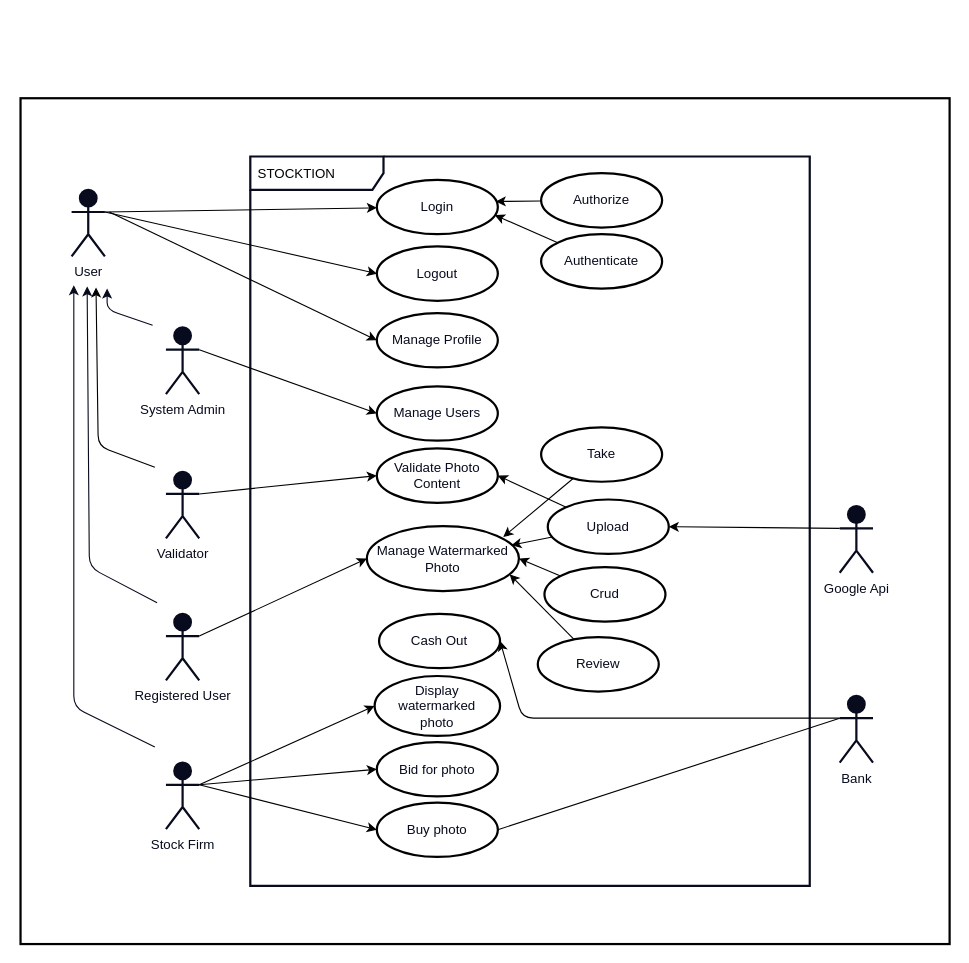
staucktion/docs keeps this draw.io diagram as diagrams/use-case-diagram/use-case-diagram.drawio. Above is the earlier version. Source tidied: cells renumbered, new cells numbered last; positions are measured from the earlier drawing's top-left corner, leaving out a move shared by most shapes. Both pictures are drawn from the tidied source at 111%, with x=0, y=0 at pixel (20, 98).
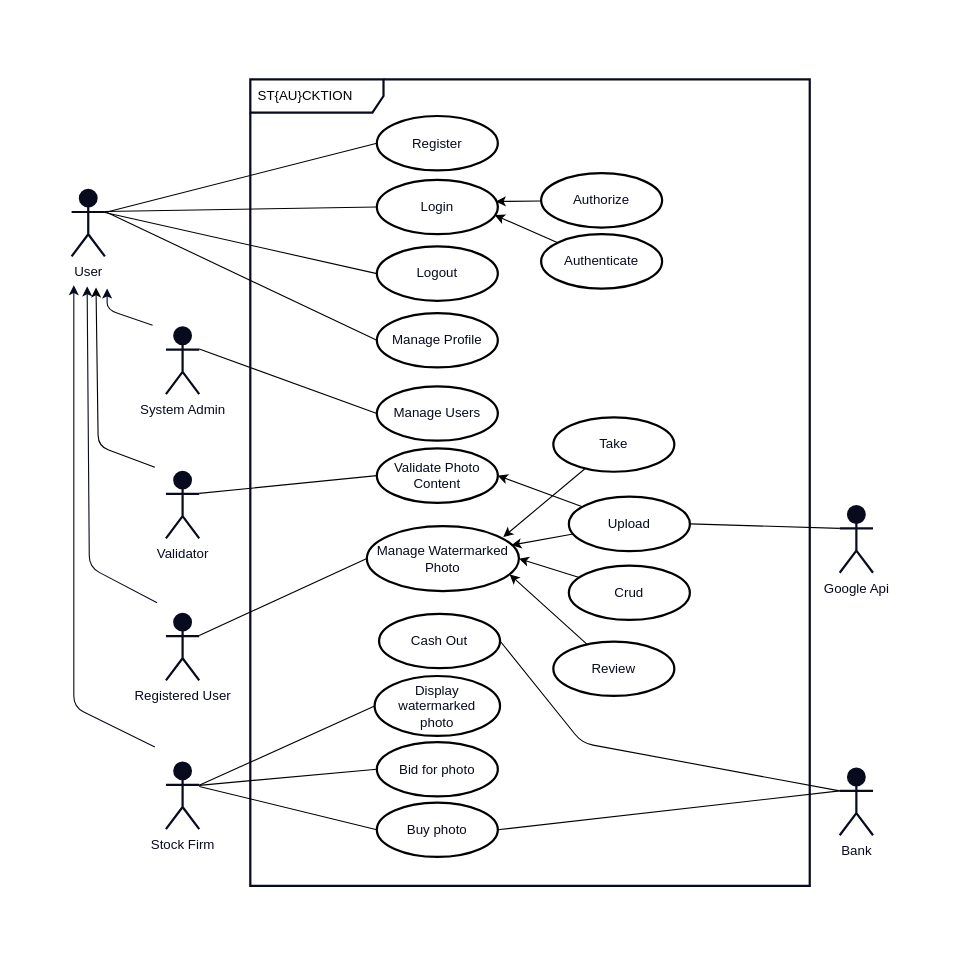
After the change.

Commit message (it also covers changes not shown here):
update use case diagram

Unchanged cells that the change refers to:
```xml
<mxCell id="5" value="&lt;font color=&quot;#070b1d&quot;&gt;Registered User&lt;br&gt;&lt;/font&gt;" style="shape=umlActor;verticalLabelPosition=bottom;verticalAlign=top;html=1;strokeColor=#070B1D;strokeWidth=2;fillColor=#070B1D;gradientColor=none;" parent="1" vertex="1">
  <mxGeometry x="131" y="464.5" width="30" height="60" as="geometry" />
</mxCell>
<mxCell id="9" value="&lt;font color=&quot;#070b1d&quot;&gt;User&lt;br&gt;&lt;/font&gt;" style="shape=umlActor;verticalLabelPosition=bottom;verticalAlign=top;html=1;strokeColor=#070B1D;strokeWidth=2;fillColor=#070B1D;gradientColor=none;" parent="1" vertex="1">
  <mxGeometry x="46" y="82.5" width="30" height="60" as="geometry" />
</mxCell>
<mxCell id="10" value="Manage Users" style="ellipse;whiteSpace=wrap;html=1;strokeColor=#000000;strokeWidth=2;fontColor=#070B1D;fillColor=none;gradientColor=none;" parent="1" vertex="1">
  <mxGeometry x="321" y="259.5" width="109" height="49" as="geometry" />
</mxCell>
<mxCell id="11" value="Manage Profile" style="ellipse;whiteSpace=wrap;html=1;strokeColor=#000000;strokeWidth=2;fontColor=#070B1D;fillColor=none;gradientColor=none;" parent="1" vertex="1">
  <mxGeometry x="321" y="193.5" width="109" height="49" as="geometry" />
</mxCell>
<mxCell id="12" value="Cash Out" style="ellipse;whiteSpace=wrap;html=1;strokeColor=#000000;strokeWidth=2;fontColor=#070B1D;fillColor=none;gradientColor=none;" parent="1" vertex="1">
  <mxGeometry x="323" y="464.5" width="109" height="49" as="geometry" />
</mxCell>
<mxCell id="18" value="Login" style="ellipse;whiteSpace=wrap;html=1;strokeColor=#000000;strokeWidth=2;fontColor=#070B1D;fillColor=none;gradientColor=none;" parent="1" vertex="1">
  <mxGeometry x="321" y="73.5" width="109" height="49" as="geometry" />
</mxCell>
<mxCell id="19" value="Logout" style="ellipse;whiteSpace=wrap;html=1;strokeColor=#000000;strokeWidth=2;fontColor=#070B1D;fillColor=none;gradientColor=none;" parent="1" vertex="1">
  <mxGeometry x="321" y="133.5" width="109" height="49" as="geometry" />
</mxCell>
<mxCell id="20" value="Bid for photo" style="ellipse;whiteSpace=wrap;html=1;strokeColor=#000000;strokeWidth=2;fontColor=#070B1D;fillColor=none;gradientColor=none;" parent="1" vertex="1">
  <mxGeometry x="321" y="580" width="109" height="49" as="geometry" />
</mxCell>
<mxCell id="24" value="&lt;font color=&quot;#070b1d&quot;&gt;Google Api&lt;br&gt;&lt;/font&gt;" style="shape=umlActor;verticalLabelPosition=bottom;verticalAlign=top;html=1;strokeColor=#070B1D;strokeWidth=2;fillColor=#070B1D;gradientColor=none;" parent="1" vertex="1">
  <mxGeometry x="738" y="367.5" width="30" height="60" as="geometry" />
</mxCell>
<mxCell id="28" value="&lt;font color=&quot;#070b1d&quot;&gt;Stock Firm&lt;br&gt;&lt;/font&gt;" style="shape=umlActor;verticalLabelPosition=bottom;verticalAlign=top;html=1;strokeColor=#070B1D;strokeWidth=2;fillColor=#070B1D;gradientColor=none;" parent="1" vertex="1">
  <mxGeometry x="131" y="598.5" width="30" height="60" as="geometry" />
</mxCell>
<mxCell id="30" value="&lt;font color=&quot;#070b1d&quot;&gt;System Admin&lt;br&gt;&lt;/font&gt;" style="shape=umlActor;verticalLabelPosition=bottom;verticalAlign=top;html=1;strokeColor=#070B1D;strokeWidth=2;fillColor=#070B1D;gradientColor=none;" parent="1" vertex="1">
  <mxGeometry x="131" y="206.5" width="30" height="60" as="geometry" />
</mxCell>
<mxCell id="33" value="Buy photo" style="ellipse;whiteSpace=wrap;html=1;strokeColor=#000000;strokeWidth=2;fontColor=#070B1D;fillColor=none;gradientColor=none;" parent="1" vertex="1">
  <mxGeometry x="321" y="634.5" width="109" height="49" as="geometry" />
</mxCell>
<mxCell id="34" value="Display watermarked&lt;br&gt;photo" style="ellipse;whiteSpace=wrap;html=1;strokeColor=#000000;strokeWidth=2;fontColor=#070B1D;fillColor=none;gradientColor=none;" parent="1" vertex="1">
  <mxGeometry x="319" y="520.5" width="113" height="54" as="geometry" />
</mxCell>
<mxCell id="37" value="Manage Watermarked Photo" style="ellipse;whiteSpace=wrap;html=1;strokeColor=#000000;strokeWidth=2;fontColor=#070B1D;fillColor=none;gradientColor=none;" parent="1" vertex="1">
  <mxGeometry x="312" y="385.5" width="137" height="58.5" as="geometry" />
</mxCell>
<mxCell id="44" value="Validate Photo&lt;br&gt;Content" style="ellipse;whiteSpace=wrap;html=1;strokeColor=#000000;strokeWidth=2;fontColor=#070B1D;fillColor=none;gradientColor=none;" parent="1" vertex="1">
  <mxGeometry x="321" y="315.5" width="109" height="49" as="geometry" />
</mxCell>
<mxCell id="47" value="&lt;font color=&quot;#070b1d&quot;&gt;Validator&lt;br&gt;&lt;/font&gt;" style="shape=umlActor;verticalLabelPosition=bottom;verticalAlign=top;html=1;strokeColor=#070B1D;strokeWidth=2;fillColor=#070B1D;gradientColor=none;" parent="1" vertex="1">
  <mxGeometry x="131" y="336.5" width="30" height="60" as="geometry" />
</mxCell>
```

Change to the diagram source:
```diff
@@
+    <mxCell id="49" style="rounded=0;whiteSpace=wrap;html=1;strokeColor=#FFFFFF;strokeWidth=2;fontColor=#070B1D;fillColor=none;gradientColor=none;" parent="1" vertex="1">
+      <mxGeometry y="-70" width="837" height="832" as="geometry" />
+    </mxCell>
-    <mxCell id="2" value="STOCKTION" style="shape=umlFrame;whiteSpace=wrap;html=1;width=120;height=30;boundedLbl=1;verticalAlign=middle;align=left;spacingLeft=5;strokeWidth=2;swimlaneFillColor=none;perimeterSpacing=1;strokeColor=#070B1D;" parent="1" vertex="1">
-      <mxGeometry x="207" y="52.5" width="504" height="657" as="geometry" />
+    <mxCell id="2" value="ST{AU}CKTION" style="shape=umlFrame;whiteSpace=wrap;html=1;width=120;height=30;boundedLbl=1;verticalAlign=middle;align=left;spacingLeft=5;strokeWidth=2;swimlaneFillColor=none;perimeterSpacing=1;strokeColor=#070B1D;" parent="1" vertex="1">
+      <mxGeometry x="207" y="-17" width="504" height="726.5" as="geometry" />
     </mxCell>
@@
-    <mxCell id="4" style="edgeStyle=none;rounded=1;html=1;exitX=1;exitY=0.3333333333333333;exitDx=0;exitDy=0;exitPerimeter=0;entryX=0;entryY=0.5;entryDx=0;entryDy=0;strokeColor=#000000;fontColor=#070B1D;" parent="1" edge="1" source="5" target="37">
-      <mxGeometry relative="1" as="geometry" />
-    </mxCell>
@@
-    <mxCell id="6" style="edgeStyle=none;rounded=1;html=1;entryX=0;entryY=0.5;entryDx=0;entryDy=0;strokeColor=#000000;fontColor=#070B1D;" parent="1" edge="1" target="11">
-      <mxGeometry relative="1" as="geometry">
-        <mxPoint x="80" y="102.5" as="sourcePoint" />
-      </mxGeometry>
-    </mxCell>
-    <mxCell id="7" style="edgeStyle=none;rounded=1;html=1;strokeColor=#000000;fontColor=#070B1D;exitX=1;exitY=0.3333333333333333;exitDx=0;exitDy=0;exitPerimeter=0;" parent="1" edge="1" source="9" target="18">
-      <mxGeometry relative="1" as="geometry" />
-    </mxCell>
-    <mxCell id="8" style="edgeStyle=none;rounded=1;html=1;exitX=1;exitY=0.3333333333333333;exitDx=0;exitDy=0;exitPerimeter=0;entryX=0;entryY=0.5;entryDx=0;entryDy=0;strokeColor=#000000;fontColor=#070B1D;" parent="1" edge="1" source="9" target="19">
-      <mxGeometry relative="1" as="geometry" />
-    </mxCell>
@@
     <mxCell id="14" value="Take" style="ellipse;whiteSpace=wrap;html=1;strokeColor=#000000;strokeWidth=2;fontColor=#070B1D;fillColor=none;gradientColor=none;" parent="1" vertex="1">
-      <mxGeometry x="469" y="296.5" width="109" height="49" as="geometry" />
+      <mxGeometry x="480" y="287.5" width="109" height="49" as="geometry" />
     </mxCell>
@@
     <mxCell id="17" value="Upload" style="ellipse;whiteSpace=wrap;html=1;strokeColor=#000000;strokeWidth=2;fontColor=#070B1D;fillColor=none;gradientColor=none;" parent="1" vertex="1">
-      <mxGeometry x="475" y="361.5" width="109" height="49" as="geometry" />
+      <mxGeometry x="494" y="359" width="109" height="49" as="geometry" />
     </mxCell>
@@
-    <mxCell id="21" style="edgeStyle=none;rounded=1;html=1;exitX=0;exitY=0.3333333333333333;exitDx=0;exitDy=0;exitPerimeter=0;entryX=1;entryY=0.5;entryDx=0;entryDy=0;strokeColor=#000000;fontColor=#070B1D;" parent="1" edge="1" source="22" target="12">
-      <mxGeometry relative="1" as="geometry">
-        <Array as="points">
-          <mxPoint x="452" y="558.5" />
-        </Array>
-      </mxGeometry>
-    </mxCell>
     <mxCell id="22" value="&lt;font color=&quot;#070b1d&quot;&gt;Bank&lt;br&gt;&lt;/font&gt;" style="shape=umlActor;verticalLabelPosition=bottom;verticalAlign=top;html=1;strokeColor=#070B1D;strokeWidth=2;fillColor=#070B1D;gradientColor=none;" parent="1" vertex="1">
-      <mxGeometry x="738" y="538.5" width="30" height="60" as="geometry" />
+      <mxGeometry x="738" y="604" width="30" height="60" as="geometry" />
     </mxCell>
-    <mxCell id="23" style="edgeStyle=none;rounded=1;html=1;exitX=0;exitY=0.3333333333333333;exitDx=0;exitDy=0;exitPerimeter=0;entryX=1;entryY=0.5;entryDx=0;entryDy=0;strokeColor=#000000;fontColor=#070B1D;" parent="1" edge="1" source="24" target="17">
-      <mxGeometry relative="1" as="geometry" />
-    </mxCell>
@@
-    <mxCell id="25" style="edgeStyle=none;rounded=1;html=1;exitX=1;exitY=0.3333333333333333;exitDx=0;exitDy=0;exitPerimeter=0;entryX=0;entryY=0.5;entryDx=0;entryDy=0;strokeColor=#000000;fontColor=#070B1D;" parent="1" edge="1" source="28" target="20">
-      <mxGeometry relative="1" as="geometry" />
-    </mxCell>
-    <mxCell id="26" style="edgeStyle=none;rounded=1;html=1;exitX=1;exitY=0.3333333333333333;exitDx=0;exitDy=0;exitPerimeter=0;entryX=0;entryY=0.5;entryDx=0;entryDy=0;strokeColor=#000000;fontColor=#070B1D;" parent="1" edge="1" source="28" target="33">
-      <mxGeometry relative="1" as="geometry" />
-    </mxCell>
-    <mxCell id="27" style="edgeStyle=none;rounded=1;html=1;exitX=1;exitY=0.3333333333333333;exitDx=0;exitDy=0;exitPerimeter=0;entryX=0;entryY=0.5;entryDx=0;entryDy=0;strokeColor=#000000;fontColor=#070B1D;" parent="1" edge="1" source="28" target="34">
-      <mxGeometry relative="1" as="geometry" />
-    </mxCell>
@@
-    <mxCell id="29" style="edgeStyle=none;rounded=1;html=1;exitX=1;exitY=0.3333333333333333;exitDx=0;exitDy=0;exitPerimeter=0;entryX=0;entryY=0.5;entryDx=0;entryDy=0;strokeColor=#000000;fontColor=#070B1D;" parent="1" edge="1" source="30" target="10">
-      <mxGeometry relative="1" as="geometry" />
-    </mxCell>
@@
     <mxCell id="36" value="Review" style="ellipse;whiteSpace=wrap;html=1;strokeColor=#000000;strokeWidth=2;fontColor=#070B1D;fillColor=none;gradientColor=none;" parent="1" vertex="1">
-      <mxGeometry x="466" y="485.5" width="109" height="49" as="geometry" />
+      <mxGeometry x="480" y="489.5" width="109" height="49" as="geometry" />
     </mxCell>
@@
     <mxCell id="39" value="Crud" style="ellipse;whiteSpace=wrap;html=1;strokeColor=#000000;strokeWidth=2;fontColor=#070B1D;fillColor=none;gradientColor=none;" parent="1" vertex="1">
-      <mxGeometry x="472" y="422.5" width="109" height="49" as="geometry" />
+      <mxGeometry x="494" y="421" width="109" height="49" as="geometry" />
     </mxCell>
@@
-    <mxCell id="46" style="edgeStyle=none;rounded=1;html=1;entryX=0;entryY=0.5;entryDx=0;entryDy=0;strokeColor=#000000;fontColor=#070B1D;exitX=1;exitY=0.3333333333333333;exitDx=0;exitDy=0;exitPerimeter=0;" parent="1" edge="1" source="47" target="44">
-      <mxGeometry relative="1" as="geometry" />
-    </mxCell>
@@
-    <mxCell id="49" style="rounded=0;whiteSpace=wrap;html=1;strokeColor=#000000;strokeWidth=2;fontColor=#070B1D;fillColor=none;gradientColor=none;" parent="1" vertex="1">
-      <mxGeometry width="837" height="762" as="geometry" />
-    </mxCell>
+    <mxCell id="23" style="endArrow=none;html=1;strokeColor=#000000;entryX=1;entryY=0.5;entryDx=0;entryDy=0;exitX=0;exitY=0.3333333333333333;exitDx=0;exitDy=0;exitPerimeter=0;" parent="1" edge="1" source="24" target="17">
+      <mxGeometry relative="1" as="geometry" />
+    </mxCell>
+    <mxCell id="21" style="endArrow=none;html=1;strokeColor=#000000;entryX=1;entryY=0.5;entryDx=0;entryDy=0;exitX=0;exitY=0.3333333333333333;exitDx=0;exitDy=0;exitPerimeter=0;" parent="1" edge="1" source="22" target="12">
+      <mxGeometry relative="1" as="geometry">
+        <Array as="points">
+          <mxPoint x="506" y="581" />
+        </Array>
+      </mxGeometry>
+    </mxCell>
+    <mxCell id="50" style="endArrow=none;html=1;strokeColor=#000000;entryX=1;entryY=0.5;entryDx=0;entryDy=0;exitX=0;exitY=0.5;exitDx=0;exitDy=0;" parent="1" edge="1" source="18">
+      <mxGeometry relative="1" as="geometry">
+        <mxPoint x="76" y="102" as="targetPoint" />
+      </mxGeometry>
+    </mxCell>
+    <mxCell id="51" style="endArrow=none;html=1;strokeColor=#000000;entryX=1;entryY=0.5;entryDx=0;entryDy=0;exitX=0;exitY=0.5;exitDx=0;exitDy=0;" parent="1" edge="1" source="19">
+      <mxGeometry relative="1" as="geometry">
+        <mxPoint x="76" y="103" as="targetPoint" />
+      </mxGeometry>
+    </mxCell>
+    <mxCell id="52" style="endArrow=none;html=1;strokeColor=#000000;entryX=1;entryY=0.5;entryDx=0;entryDy=0;exitX=0;exitY=0.5;exitDx=0;exitDy=0;" parent="1" edge="1" source="11">
+      <mxGeometry relative="1" as="geometry">
+        <mxPoint x="78" y="103" as="targetPoint" />
+      </mxGeometry>
+    </mxCell>
+    <mxCell id="53" style="endArrow=none;html=1;strokeColor=#000000;entryX=1;entryY=0.5;entryDx=0;entryDy=0;exitX=0;exitY=0.5;exitDx=0;exitDy=0;" parent="1" edge="1" source="10">
+      <mxGeometry relative="1" as="geometry">
+        <mxPoint x="161" y="226" as="targetPoint" />
+      </mxGeometry>
+    </mxCell>
+    <mxCell id="54" style="endArrow=none;html=1;strokeColor=#000000;entryX=1;entryY=0.5;entryDx=0;entryDy=0;exitX=0;exitY=0.5;exitDx=0;exitDy=0;" parent="1" edge="1" source="44">
+      <mxGeometry relative="1" as="geometry">
+        <mxPoint x="161" y="356" as="targetPoint" />
+      </mxGeometry>
+    </mxCell>
+    <mxCell id="55" style="endArrow=none;html=1;strokeColor=#000000;entryX=1;entryY=0.5;entryDx=0;entryDy=0;exitX=0;exitY=0.5;exitDx=0;exitDy=0;" parent="1" edge="1" source="37">
+      <mxGeometry relative="1" as="geometry">
+        <mxPoint x="161" y="484" as="targetPoint" />
+      </mxGeometry>
+    </mxCell>
+    <mxCell id="56" style="endArrow=none;html=1;strokeColor=#000000;entryX=1;entryY=0.5;entryDx=0;entryDy=0;exitX=0;exitY=0.5;exitDx=0;exitDy=0;" parent="1" edge="1" source="34">
+      <mxGeometry relative="1" as="geometry">
+        <mxPoint x="161" y="619" as="targetPoint" />
+      </mxGeometry>
+    </mxCell>
+    <mxCell id="57" style="endArrow=none;html=1;strokeColor=#000000;entryX=1;entryY=0.5;entryDx=0;entryDy=0;exitX=0;exitY=0.5;exitDx=0;exitDy=0;" parent="1" edge="1" source="20">
+      <mxGeometry relative="1" as="geometry">
+        <mxPoint x="161" y="619" as="targetPoint" />
+      </mxGeometry>
+    </mxCell>
+    <mxCell id="58" style="endArrow=none;html=1;strokeColor=#000000;entryX=1;entryY=0.5;entryDx=0;entryDy=0;exitX=0;exitY=0.5;exitDx=0;exitDy=0;" parent="1" edge="1" source="33">
+      <mxGeometry relative="1" as="geometry">
+        <mxPoint x="161" y="620" as="targetPoint" />
+      </mxGeometry>
+    </mxCell>
+    <mxCell id="59" value="Register" style="ellipse;whiteSpace=wrap;html=1;strokeColor=#000000;strokeWidth=2;fontColor=#070B1D;fillColor=none;gradientColor=none;" parent="1" vertex="1">
+      <mxGeometry x="321" y="16" width="109" height="49" as="geometry" />
+    </mxCell>
+    <mxCell id="60" style="endArrow=none;html=1;strokeColor=#000000;exitX=0;exitY=0.5;exitDx=0;exitDy=0;" parent="1" edge="1" source="59">
+      <mxGeometry relative="1" as="geometry">
+        <mxPoint x="76" y="103" as="targetPoint" />
+      </mxGeometry>
+    </mxCell>
```
